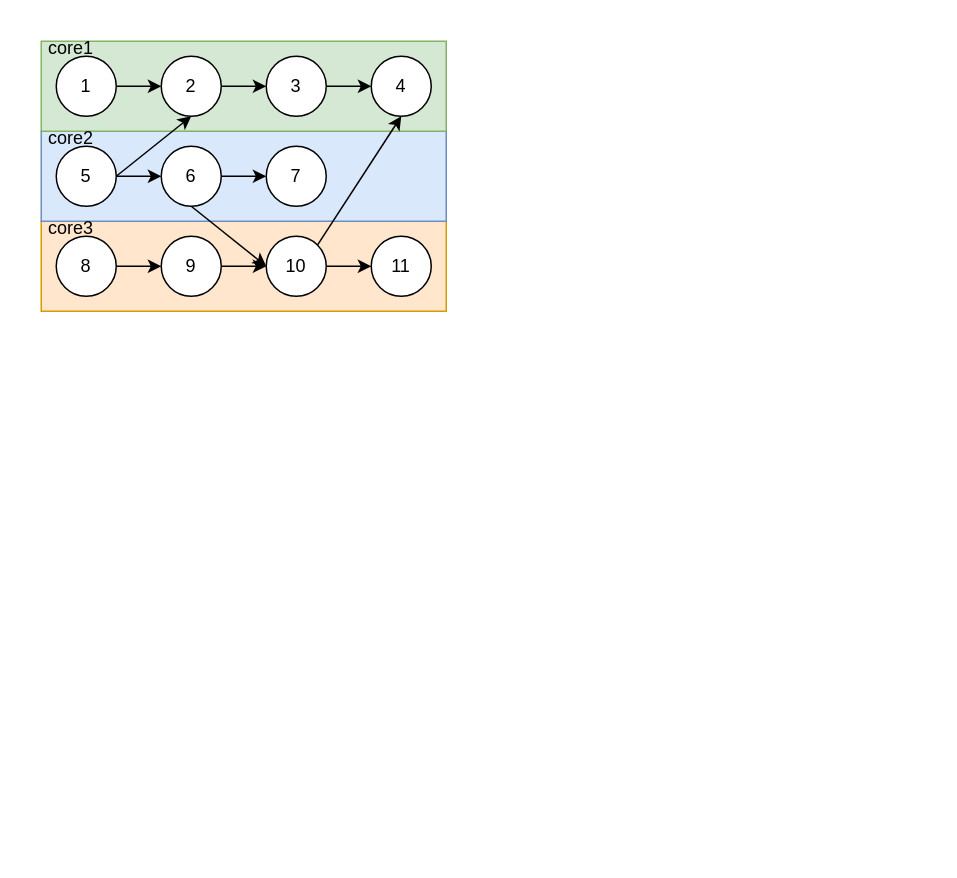
This is research/小论文.drawio from ksd11/charts, a draw.io file, before an edit. Source tidied: cells renumbered, new cells numbered last; positions are measured from the earlier drawing's top-left corner, leaving out a move shared by most shapes. Both pictures are drawn from the tidied source at 150%, with x=0, y=0 at pixel (26, 26).
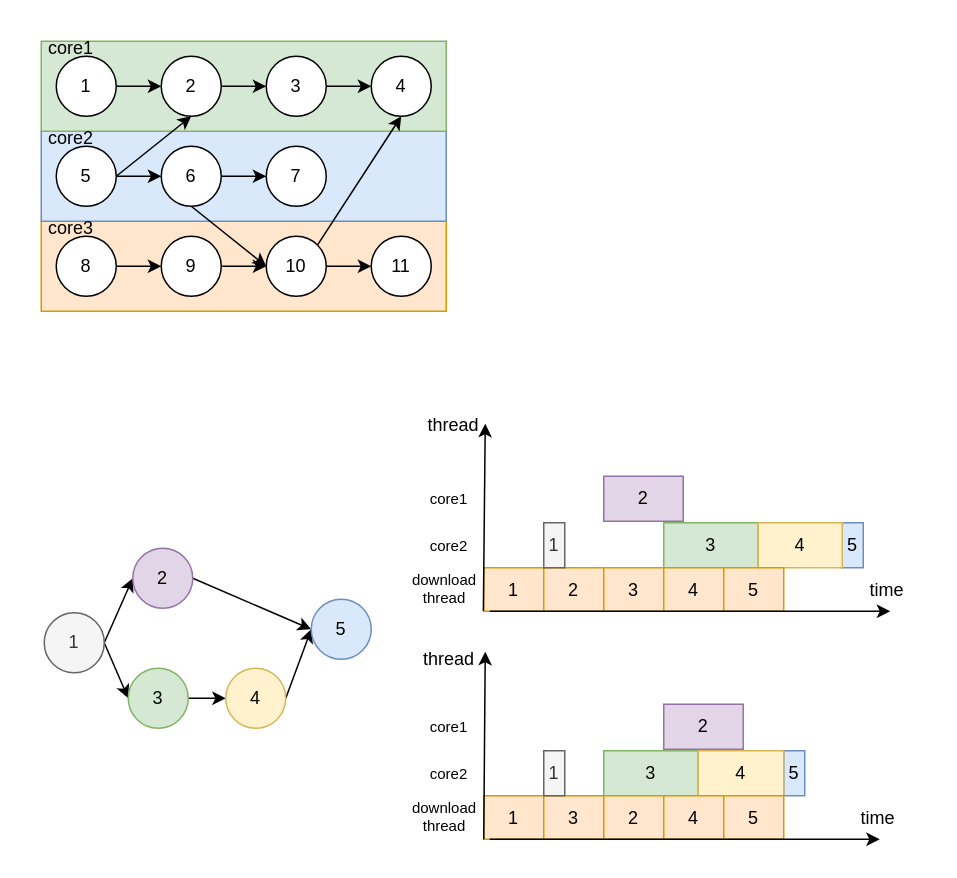
The same diagram, later.

Commit message:
更新小论文.drawio

The edit, as a diff of the source:
```diff
@@
+    <mxCell id="30" style="rounded=0;jettySize=auto;html=1;exitX=1;exitY=0.5;exitDx=0;exitDy=0;entryX=0;entryY=0.5;entryDx=0;entryDy=0;" parent="1" edge="1" source="32" target="34">
+      <mxGeometry relative="1" as="geometry" />
+    </mxCell>
+    <mxCell id="31" style="rounded=0;jettySize=auto;html=1;exitX=1;exitY=0.5;exitDx=0;exitDy=0;entryX=0;entryY=0.5;entryDx=0;entryDy=0;" parent="1" edge="1" source="32" target="36">
+      <mxGeometry relative="1" as="geometry" />
+    </mxCell>
+    <mxCell id="32" value="1" style="ellipse;whiteSpace=wrap;html=1;fillColor=#f5f5f5;fontColor=#333333;strokeColor=#666666;" parent="1" vertex="1">
+      <mxGeometry x="12" y="391" width="40" height="40" as="geometry" />
+    </mxCell>
+    <mxCell id="33" style="rounded=0;jettySize=auto;html=1;exitX=1;exitY=0.5;exitDx=0;exitDy=0;entryX=0;entryY=0.5;entryDx=0;entryDy=0;" parent="1" edge="1" source="34" target="39">
+      <mxGeometry relative="1" as="geometry" />
+    </mxCell>
+    <mxCell id="34" value="2" style="ellipse;whiteSpace=wrap;html=1;fillColor=#e1d5e7;strokeColor=#9673a6;" parent="1" vertex="1">
+      <mxGeometry x="71" y="348" width="40" height="40" as="geometry" />
+    </mxCell>
+    <mxCell id="35" style="edgeStyle=orthogonalEdgeStyle;rounded=0;jettySize=auto;html=1;exitX=1;exitY=0.5;exitDx=0;exitDy=0;entryX=0;entryY=0.5;entryDx=0;entryDy=0;" parent="1" edge="1" source="36" target="38">
+      <mxGeometry relative="1" as="geometry" />
+    </mxCell>
+    <mxCell id="36" value="3" style="ellipse;whiteSpace=wrap;html=1;fillColor=#d5e8d4;strokeColor=#82b366;" parent="1" vertex="1">
+      <mxGeometry x="68" y="428" width="40" height="40" as="geometry" />
+    </mxCell>
+    <mxCell id="37" style="rounded=0;jettySize=auto;html=1;exitX=1;exitY=0.5;exitDx=0;exitDy=0;entryX=0;entryY=0.5;entryDx=0;entryDy=0;" parent="1" edge="1" source="38" target="39">
+      <mxGeometry relative="1" as="geometry" />
+    </mxCell>
+    <mxCell id="38" value="4" style="ellipse;whiteSpace=wrap;html=1;fillColor=#fff2cc;strokeColor=#d6b656;" parent="1" vertex="1">
+      <mxGeometry x="133" y="428" width="40" height="40" as="geometry" />
+    </mxCell>
+    <mxCell id="39" value="5" style="ellipse;whiteSpace=wrap;html=1;fillColor=#dae8fc;strokeColor=#6c8ebf;" parent="1" vertex="1">
+      <mxGeometry x="190" y="382" width="40" height="40" as="geometry" />
+    </mxCell>
+    <mxCell id="40" value="1" style="rounded=0;whiteSpace=wrap;html=1;fillColor=#ffe6cc;strokeColor=#d79b00;" parent="1" vertex="1">
+      <mxGeometry x="305" y="361" width="40" height="29" as="geometry" />
+    </mxCell>
+    <mxCell id="41" value="2" style="rounded=0;whiteSpace=wrap;html=1;fillColor=#ffe6cc;strokeColor=#d79b00;" parent="1" vertex="1">
+      <mxGeometry x="345" y="361" width="40" height="29" as="geometry" />
+    </mxCell>
+    <mxCell id="42" value="download thread" style="text;html=1;align=center;verticalAlign=middle;whiteSpace=wrap;rounded=0;fontSize=10;" parent="1" vertex="1">
+      <mxGeometry x="249" y="360" width="60" height="30" as="geometry" />
+    </mxCell>
+    <mxCell id="43" value="core1" style="text;html=1;align=center;verticalAlign=middle;whiteSpace=wrap;rounded=0;fontSize=10;" parent="1" vertex="1">
+      <mxGeometry x="252" y="300" width="60" height="30" as="geometry" />
+    </mxCell>
+    <mxCell id="44" value="core2" style="text;html=1;align=center;verticalAlign=middle;whiteSpace=wrap;rounded=0;fontSize=10;" parent="1" vertex="1">
+      <mxGeometry x="252" y="331" width="60" height="30" as="geometry" />
+    </mxCell>
+    <mxCell id="45" value="1" style="rounded=0;whiteSpace=wrap;html=1;fillColor=#f5f5f5;strokeColor=#666666;fontColor=#333333;" parent="1" vertex="1">
+      <mxGeometry x="345" y="331" width="14" height="30" as="geometry" />
+    </mxCell>
+    <mxCell id="46" value="5" style="rounded=0;whiteSpace=wrap;html=1;fillColor=#dae8fc;strokeColor=#6c8ebf;" parent="1" vertex="1">
+      <mxGeometry x="544" y="331" width="14" height="30" as="geometry" />
+    </mxCell>
+    <mxCell id="47" value="2" style="rounded=0;whiteSpace=wrap;html=1;fillColor=#e1d5e7;strokeColor=#9673a6;" parent="1" vertex="1">
+      <mxGeometry x="385" y="300" width="53" height="30" as="geometry" />
+    </mxCell>
+    <mxCell id="48" value="3" style="rounded=0;whiteSpace=wrap;html=1;fillColor=#d5e8d4;strokeColor=#82b366;" parent="1" vertex="1">
+      <mxGeometry x="425" y="331" width="63" height="30" as="geometry" />
+    </mxCell>
+    <mxCell id="49" value="4" style="rounded=0;whiteSpace=wrap;html=1;fillColor=#fff2cc;strokeColor=#d6b656;" parent="1" vertex="1">
+      <mxGeometry x="488" y="331" width="56" height="30" as="geometry" />
+    </mxCell>
+    <mxCell id="50" value="3" style="rounded=0;whiteSpace=wrap;html=1;fillColor=#ffe6cc;strokeColor=#d79b00;" parent="1" vertex="1">
+      <mxGeometry x="385" y="361" width="40" height="29" as="geometry" />
+    </mxCell>
+    <mxCell id="51" value="4" style="rounded=0;whiteSpace=wrap;html=1;fillColor=#ffe6cc;strokeColor=#d79b00;" parent="1" vertex="1">
+      <mxGeometry x="425" y="361" width="40" height="29" as="geometry" />
+    </mxCell>
+    <mxCell id="52" value="5" style="rounded=0;whiteSpace=wrap;html=1;fillColor=#ffe6cc;strokeColor=#d79b00;" parent="1" vertex="1">
+      <mxGeometry x="465" y="361" width="40" height="29" as="geometry" />
+    </mxCell>
+    <mxCell id="53" value="1" style="rounded=0;whiteSpace=wrap;html=1;fillColor=#ffe6cc;strokeColor=#d79b00;" parent="1" vertex="1">
+      <mxGeometry x="305" y="513" width="40" height="29" as="geometry" />
+    </mxCell>
+    <mxCell id="54" value="3" style="rounded=0;whiteSpace=wrap;html=1;fillColor=#ffe6cc;strokeColor=#d79b00;" parent="1" vertex="1">
+      <mxGeometry x="345" y="513" width="40" height="29" as="geometry" />
+    </mxCell>
+    <mxCell id="55" value="download thread" style="text;html=1;align=center;verticalAlign=middle;whiteSpace=wrap;rounded=0;fontSize=10;" parent="1" vertex="1">
+      <mxGeometry x="249" y="512" width="60" height="30" as="geometry" />
+    </mxCell>
+    <mxCell id="56" value="core1" style="text;html=1;align=center;verticalAlign=middle;whiteSpace=wrap;rounded=0;fontSize=10;" parent="1" vertex="1">
+      <mxGeometry x="252" y="452" width="60" height="30" as="geometry" />
+    </mxCell>
+    <mxCell id="57" value="core2" style="text;html=1;align=center;verticalAlign=middle;whiteSpace=wrap;rounded=0;fontSize=10;" parent="1" vertex="1">
+      <mxGeometry x="252" y="483" width="60" height="30" as="geometry" />
+    </mxCell>
+    <mxCell id="58" value="1" style="rounded=0;whiteSpace=wrap;html=1;fillColor=#f5f5f5;strokeColor=#666666;fontColor=#333333;" parent="1" vertex="1">
+      <mxGeometry x="345" y="483" width="14" height="30" as="geometry" />
+    </mxCell>
+    <mxCell id="59" value="5" style="rounded=0;whiteSpace=wrap;html=1;fillColor=#dae8fc;strokeColor=#6c8ebf;" parent="1" vertex="1">
+      <mxGeometry x="505" y="483" width="14" height="30" as="geometry" />
+    </mxCell>
+    <mxCell id="60" value="3" style="rounded=0;whiteSpace=wrap;html=1;fillColor=#d5e8d4;strokeColor=#82b366;" parent="1" vertex="1">
+      <mxGeometry x="385" y="483" width="63" height="30" as="geometry" />
+    </mxCell>
+    <mxCell id="61" value="4" style="rounded=0;whiteSpace=wrap;html=1;fillColor=#fff2cc;strokeColor=#d6b656;" parent="1" vertex="1">
+      <mxGeometry x="448" y="483" width="57" height="30" as="geometry" />
+    </mxCell>
+    <mxCell id="62" value="2" style="rounded=0;whiteSpace=wrap;html=1;fillColor=#ffe6cc;strokeColor=#d79b00;" parent="1" vertex="1">
+      <mxGeometry x="385" y="513" width="40" height="29" as="geometry" />
+    </mxCell>
+    <mxCell id="63" value="4" style="rounded=0;whiteSpace=wrap;html=1;fillColor=#ffe6cc;strokeColor=#d79b00;" parent="1" vertex="1">
+      <mxGeometry x="425" y="513" width="40" height="29" as="geometry" />
+    </mxCell>
+    <mxCell id="64" value="5" style="rounded=0;whiteSpace=wrap;html=1;fillColor=#ffe6cc;strokeColor=#d79b00;" parent="1" vertex="1">
+      <mxGeometry x="465" y="513" width="40" height="29" as="geometry" />
+    </mxCell>
+    <mxCell id="65" value="2" style="rounded=0;whiteSpace=wrap;html=1;fillColor=#e1d5e7;strokeColor=#9673a6;" parent="1" vertex="1">
+      <mxGeometry x="425" y="452" width="53" height="30" as="geometry" />
+    </mxCell>
+    <mxCell id="66" style="endArrow=classic;html=1;rounded=0;exitX=1;exitY=1;exitDx=0;exitDy=0;" parent="1" edge="1" source="55">
+      <mxGeometry relative="1" as="geometry">
+        <mxPoint x="569" y="542" as="targetPoint" />
+      </mxGeometry>
+    </mxCell>
+    <mxCell id="67" value="time" style="text;html=1;align=center;verticalAlign=middle;whiteSpace=wrap;rounded=0;" parent="1" vertex="1">
+      <mxGeometry x="538" y="513" width="60" height="30" as="geometry" />
+    </mxCell>
+    <mxCell id="68" style="endArrow=classic;html=1;rounded=0;exitX=1;exitY=1;exitDx=0;exitDy=0;" parent="1" edge="1" source="42">
+      <mxGeometry relative="1" as="geometry">
+        <mxPoint x="576" y="390" as="targetPoint" />
+      </mxGeometry>
+    </mxCell>
+    <mxCell id="69" value="time" style="text;html=1;align=center;verticalAlign=middle;whiteSpace=wrap;rounded=0;" parent="1" vertex="1">
+      <mxGeometry x="544" y="361" width="60" height="30" as="geometry" />
+    </mxCell>
+    <mxCell id="70" style="endArrow=classic;html=1;rounded=0;exitX=0.929;exitY=0.995;exitDx=0;exitDy=0;exitPerimeter=0;" parent="1" edge="1" source="42">
+      <mxGeometry relative="1" as="geometry">
+        <mxPoint x="306" y="265" as="targetPoint" />
+      </mxGeometry>
+    </mxCell>
+    <mxCell id="71" style="endArrow=classic;html=1;rounded=0;exitX=0.929;exitY=0.995;exitDx=0;exitDy=0;exitPerimeter=0;" parent="1" edge="1">
+      <mxGeometry relative="1" as="geometry">
+        <mxPoint x="305" y="542" as="sourcePoint" />
+        <mxPoint x="306" y="417" as="targetPoint" />
+      </mxGeometry>
+    </mxCell>
+    <mxCell id="72" value="thread" style="text;html=1;align=center;verticalAlign=middle;whiteSpace=wrap;rounded=0;" parent="1" vertex="1">
+      <mxGeometry x="252" y="407" width="60" height="30" as="geometry" />
+    </mxCell>
+    <mxCell id="73" value="thread" style="text;html=1;align=center;verticalAlign=middle;whiteSpace=wrap;rounded=0;" parent="1" vertex="1">
+      <mxGeometry x="255" y="251" width="60" height="30" as="geometry" />
+    </mxCell>
```
